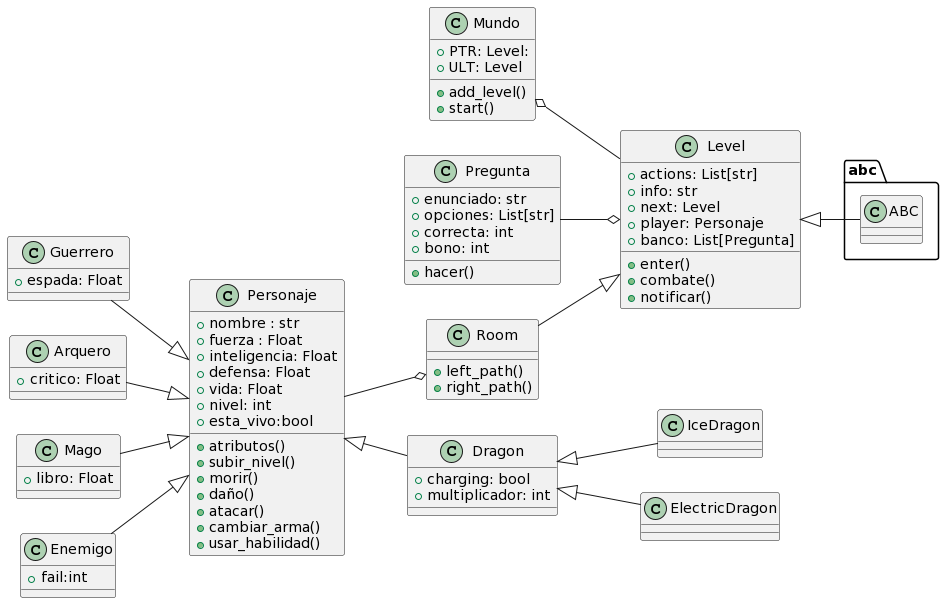
The PlantUML diagram img/UML.png in davidmosquera03/OOP_FinalProject, before a commit.
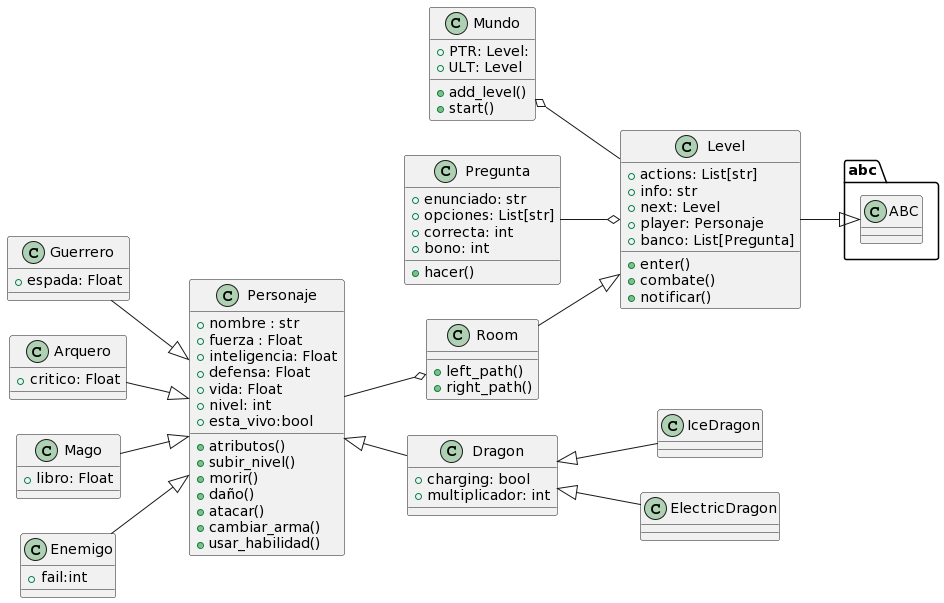
The same file after the commit.

Change to the diagram source:
```diff
@@ -66,7 +66,7 @@
 +right_path()
 }
 Mundo o-- Level
-Level <|--abc.ABC
+Level --|> abc.ABC
 Room --|> Level
 Personaje <|-- Dragon
 Guerrero --|> Personaje
```
